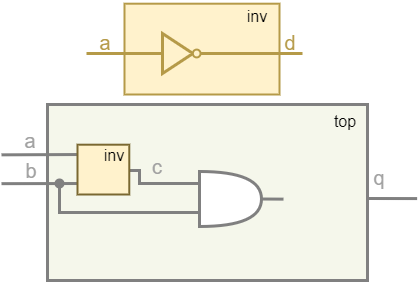
Before: Labs/Pic/module_8.png, a diagram exported from draw.io (MPSU/exAPS). Source tidied: cells renumbered, new cells last; positions are measured from the earlier drawing's top-left corner, leaving out a move shared by most shapes.
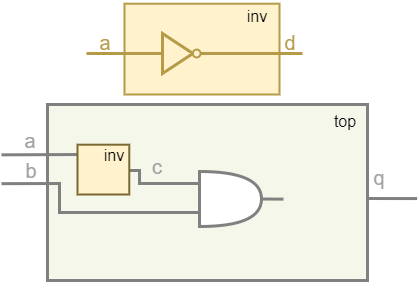
Above is the later version.

Commit message:
Обновлены картинки для Modules.md

Change to the diagram source:
```diff
@@ -36,27 +36,25 @@
         </Array>
       </mxGeometry>
     </mxCell>
-    <mxCell id="10" style="edgeStyle=orthogonalEdgeStyle;rounded=0;jettySize=auto;html=1;exitX=0;exitY=0.75;exitDx=0;exitDy=0;exitPerimeter=0;entryX=0.528;entryY=0.633;entryDx=0;entryDy=0;entryPerimeter=0;strokeColor=#808080;strokeWidth=3;fontSize=20;fontColor=#A1A1A1;endArrow=none;endFill=0;" parent="1" edge="1" target="11">
+    <mxCell id="10" style="edgeStyle=orthogonalEdgeStyle;rounded=0;orthogonalLoop=1;jettySize=auto;html=1;exitX=0;exitY=0.75;exitDx=0;exitDy=0;exitPerimeter=0;entryX=0.528;entryY=0.633;entryDx=0;entryDy=0;entryPerimeter=0;strokeColor=#808080;strokeWidth=3;fontSize=20;fontColor=#A1A1A1;endArrow=none;endFill=0;endSize=6;targetPerimeterSpacing=0;" parent="1" edge="1">
       <mxGeometry relative="1" as="geometry">
-        <mxPoint x="198" y="212.1" as="sourcePoint" />
+        <mxPoint x="200" y="212" as="sourcePoint" />
+        <mxPoint x="60" y="183" as="targetPoint" />
         <Array as="points">
           <mxPoint x="59" y="212" />
         </Array>
       </mxGeometry>
     </mxCell>
-    <mxCell id="11" style="shape=waypoint;sketch=0;size=6;points=[];fillColor=none;perimeter=centerPerimeter;snapToPoint=1;strokeColor=#808080;strokeWidth=3;fontSize=20;fontColor=#A1A1A1;" parent="1" vertex="1">
-      <mxGeometry x="49" y="173" width="20" height="20" as="geometry" />
-    </mxCell>
     <mxCell id="12" style="endArrow=none;html=1;rounded=0;strokeColor=#808080;strokeWidth=3;fontSize=16;entryX=0.137;entryY=0.16;entryDx=0;entryDy=0;entryPerimeter=0;" parent="1" edge="1">
       <mxGeometry relative="1" as="geometry">
         <mxPoint x="1" y="154.3" as="sourcePoint" />
         <mxPoint x="85.8" y="154" as="targetPoint" />
       </mxGeometry>
     </mxCell>
-    <mxCell id="13" style="endArrow=none;html=1;rounded=0;strokeColor=#808080;strokeWidth=3;fontSize=16;" parent="1" edge="1">
+    <mxCell id="13" style="endArrow=none;html=1;rounded=0;strokeColor=#808080;strokeWidth=3;fontSize=16;entryX=0.434;entryY=0.596;entryDx=0;entryDy=0;entryPerimeter=0;" parent="1" edge="1">
       <mxGeometry relative="1" as="geometry">
         <mxPoint x="1" y="183.2" as="sourcePoint" />
-        <mxPoint x="87" y="183" as="targetPoint" />
+        <mxPoint x="60.5" y="183" as="targetPoint" />
       </mxGeometry>
     </mxCell>
     <mxCell id="14" style="shape=or;whiteSpace=wrap;html=1;strokeWidth=3;strokeColor=#808080;" parent="1" vertex="1">
```
